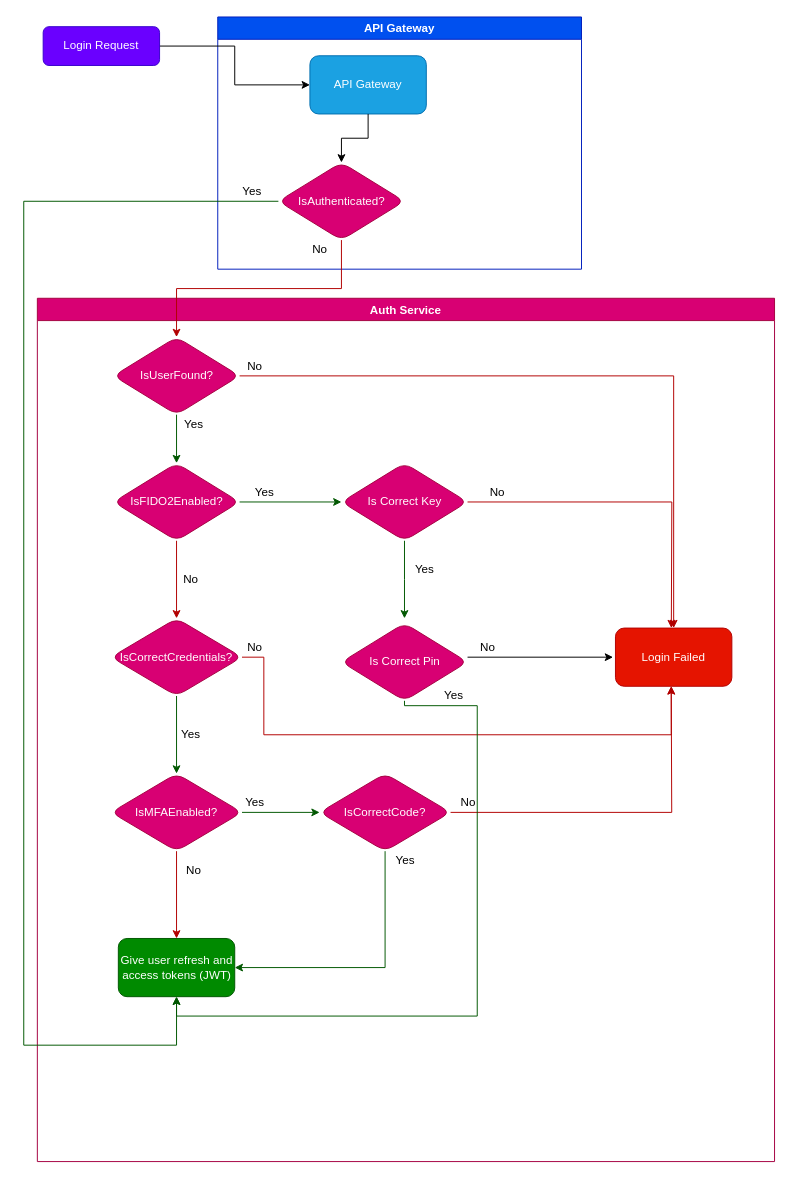
The draw.io diagram login-flow.drawio in rittaschool/diagrams, before the edit. Source tidied: cells renumbered, new cells numbered last; positions are measured from the earlier drawing's top-left corner, leaving out a move shared by most shapes. Both pictures are drawn from the tidied source at 97%, with x=0, y=0 at pixel (23, 16).
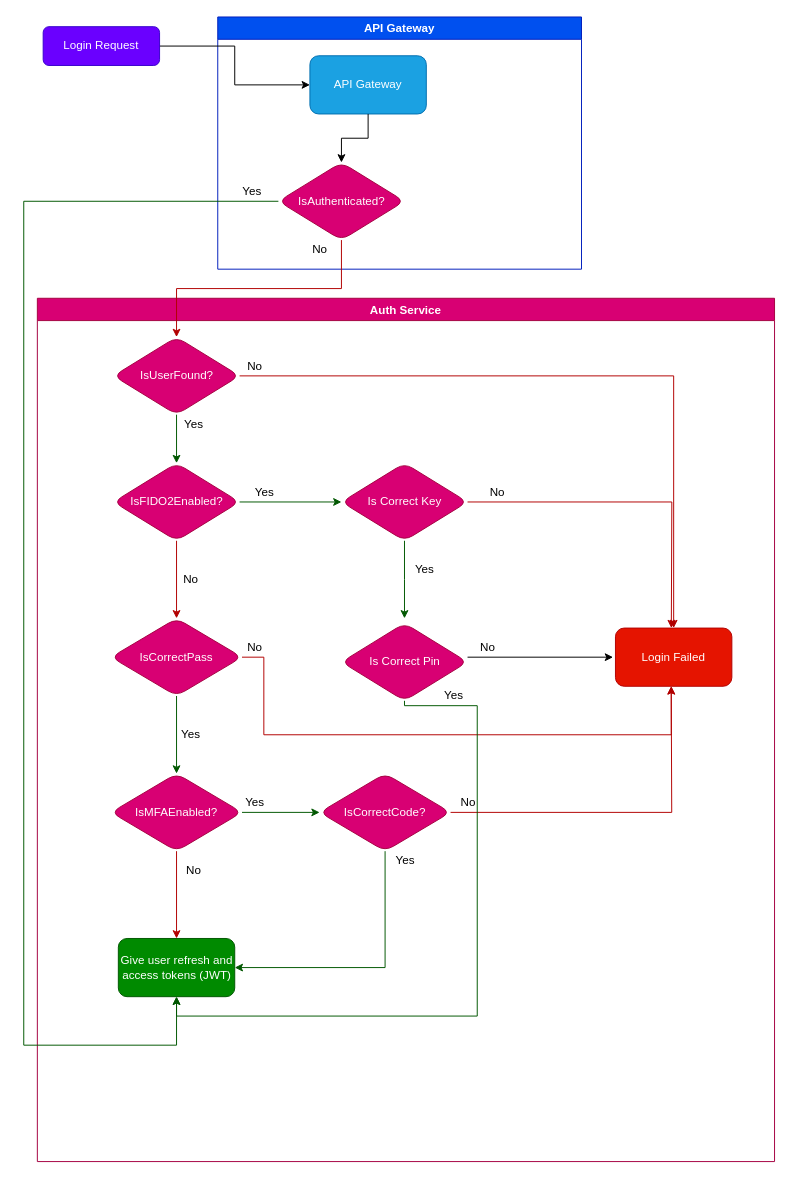
Above is the later version.

Unchanged cells that the change refers to:
```xml
<mxCell id="10" value="Auth Service" style="swimlane;rounded=0;shadow=0;labelBackgroundColor=none;strokeWidth=1;fillColor=#d80073;fontColor=#ffffff;strokeColor=#A50040;" parent="1" vertex="1">
  <mxGeometry x="14" y="290" width="760" height="890" as="geometry" />
</mxCell>
```

What changed in the source:
```diff
@@
-    <mxCell id="23" value="IsCorrectCredentials?" style="rhombus;whiteSpace=wrap;html=1;rounded=1;fillColor=#d80073;fontColor=#ffffff;strokeColor=#A50040;" parent="10" vertex="1">
+    <mxCell id="23" value="IsCorrectPass" style="rhombus;whiteSpace=wrap;html=1;rounded=1;fillColor=#d80073;fontColor=#ffffff;strokeColor=#A50040;" parent="10" vertex="1">
       <mxGeometry x="76" y="330" width="135" height="80" as="geometry" />
     </mxCell>
```
